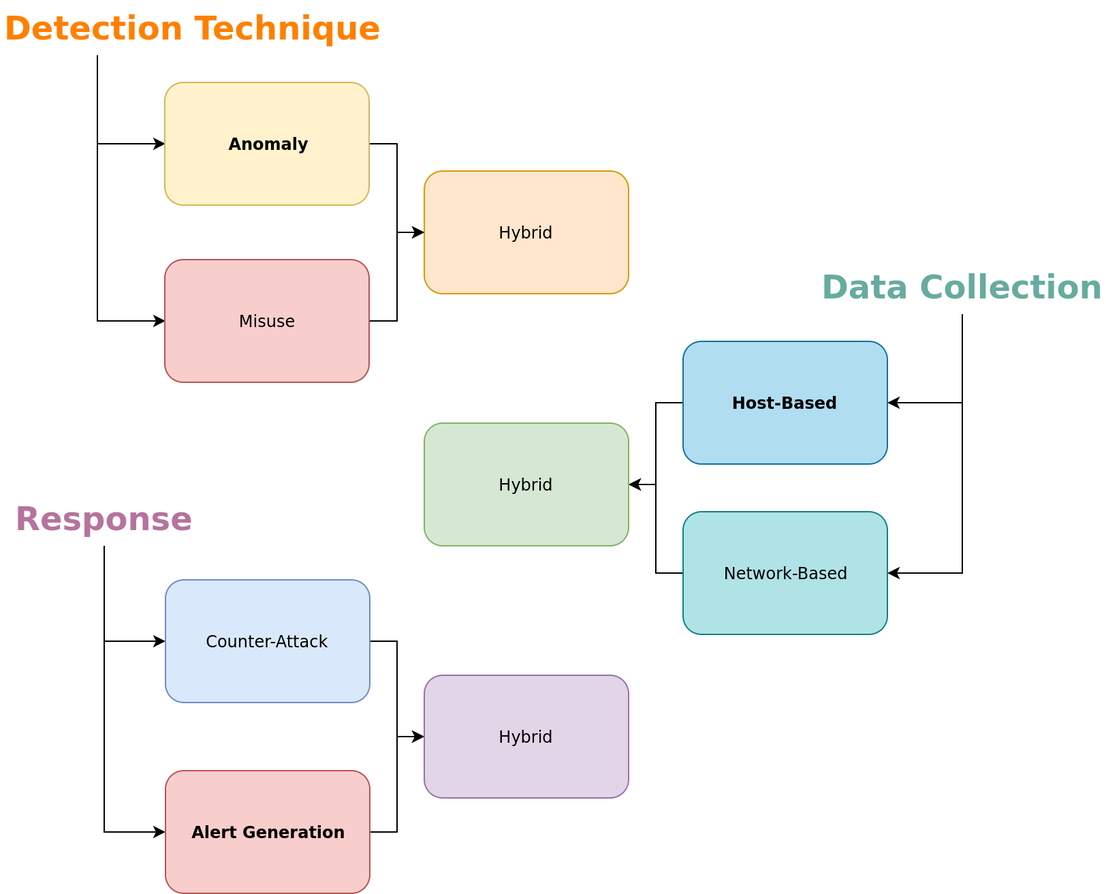
Before: figures/ids-overview.png, a diagram exported from draw.io (willfindlay/honors-thesis). Source tidied: cells renumbered, new cells last; positions are measured from the earlier drawing's top-left corner, leaving out a move shared by most shapes.
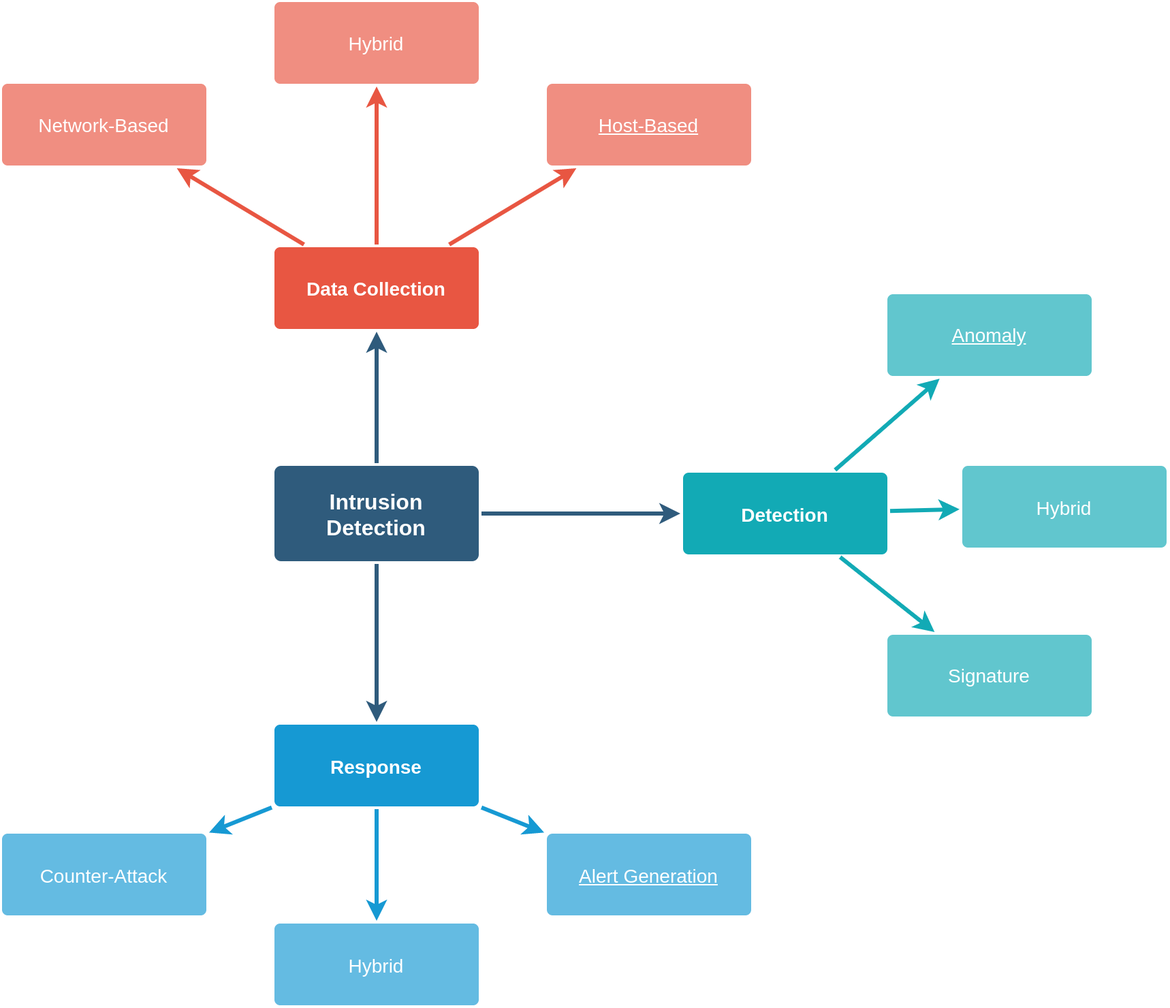
Above is the later version.

Change to the diagram source:
```diff
@@ -1,78 +1,81 @@
-<mxGraphModel>
+<mxGraphModel background="#ffffff">
   <root>
     <mxCell id="0" />
     <mxCell id="1" parent="0" />
-    <mxCell id="2" style="edgeStyle=orthogonalEdgeStyle;rounded=0;jettySize=auto;html=1;exitX=0.25;exitY=1;exitDx=0;exitDy=0;entryX=0;entryY=0.5;entryDx=0;entryDy=0;" parent="1" edge="1" source="4" target="14">
-      <mxGeometry relative="1" as="geometry" />
-    </mxCell>
-    <mxCell id="3" style="edgeStyle=orthogonalEdgeStyle;rounded=0;jettySize=auto;html=1;exitX=0.25;exitY=1;exitDx=0;exitDy=0;entryX=0;entryY=0.5;entryDx=0;entryDy=0;" parent="1" edge="1" source="4" target="23">
-      <mxGeometry relative="1" as="geometry" />
-    </mxCell>
-    <mxCell id="4" value="Detection Technique" style="text;strokeColor=none;fillColor=none;html=1;fontSize=24;fontStyle=1;verticalAlign=middle;align=center;fontColor=#FF8000;" parent="1" vertex="1">
-      <mxGeometry x="-0.5" width="280" height="40" as="geometry" />
-    </mxCell>
+    <mxCell id="26" style="edgeStyle=none;rounded=0;jumpStyle=none;html=1;shadow=0;labelBackgroundColor=none;startArrow=none;startFill=0;endArrow=classic;endFill=1;jettySize=auto;strokeColor=#2F5B7C;strokeWidth=3;fontFamily=Helvetica;fontSize=16;fontColor=#23445D;spacing=5;" parent="1" edge="1" source="29" target="34">
+      <mxGeometry relative="1" as="geometry" />
+    </mxCell>
+    <mxCell id="27" style="edgeStyle=none;rounded=0;jumpStyle=none;html=1;shadow=0;labelBackgroundColor=none;startArrow=none;startFill=0;endArrow=classic;endFill=1;jettySize=auto;strokeColor=#2F5B7C;strokeWidth=3;fontFamily=Helvetica;fontSize=16;fontColor=#23445D;spacing=5;" parent="1" edge="1" source="29" target="17">
+      <mxGeometry relative="1" as="geometry" />
+    </mxCell>
+    <mxCell id="28" style="edgeStyle=none;rounded=0;jumpStyle=none;html=1;shadow=0;labelBackgroundColor=none;startArrow=none;startFill=0;endArrow=classic;endFill=1;jettySize=auto;strokeColor=#2F5B7C;strokeWidth=3;fontFamily=Helvetica;fontSize=16;fontColor=#23445D;spacing=5;" parent="1" edge="1" source="29" target="7">
+      <mxGeometry relative="1" as="geometry" />
+    </mxCell>
+    <mxCell id="29" value="Intrusion&lt;br&gt;Detection" style="rounded=1;whiteSpace=wrap;html=1;shadow=0;labelBackgroundColor=none;strokeColor=none;strokeWidth=3;fillColor=#2F5B7C;fontFamily=Helvetica;fontSize=16;fontColor=#FFFFFF;align=center;fontStyle=1;spacing=5;arcSize=7;perimeterSpacing=2;" parent="1" vertex="1">
+      <mxGeometry x="475" y="360.5" width="150" height="70" as="geometry" />
+    </mxCell>
-    <mxCell id="5" style="edgeStyle=orthogonalEdgeStyle;rounded=0;jettySize=auto;html=1;exitX=0.5;exitY=1;exitDx=0;exitDy=0;entryX=1;entryY=0.5;entryDx=0;entryDy=0;" parent="1" edge="1" source="7" target="11">
+    <mxCell id="5" style="edgeStyle=none;rounded=1;jumpStyle=none;html=1;shadow=0;labelBackgroundColor=none;startArrow=none;startFill=0;jettySize=auto;strokeColor=#E85642;strokeWidth=3;fontFamily=Helvetica;fontSize=14;fontColor=#FFFFFF;spacing=5;fontStyle=1;fillColor=#b0e3e6;" parent="1" edge="1" source="7" target="11">
       <mxGeometry relative="1" as="geometry" />
     </mxCell>
+    <mxCell id="30" style="edgeStyle=none;rounded=1;jumpStyle=none;html=1;shadow=0;labelBackgroundColor=none;startArrow=none;startFill=0;jettySize=auto;strokeColor=#E85642;strokeWidth=3;fontFamily=Helvetica;fontSize=14;fontColor=#FFFFFF;spacing=5;fontStyle=1;fillColor=#b0e3e6;" parent="1" edge="1" source="7" target="31">
+      <mxGeometry relative="1" as="geometry" />
+    </mxCell>
-    <mxCell id="6" style="edgeStyle=orthogonalEdgeStyle;rounded=0;jettySize=auto;html=1;exitX=0.5;exitY=1;exitDx=0;exitDy=0;entryX=1;entryY=0.5;entryDx=0;entryDy=0;" parent="1" edge="1" source="7" target="9">
+    <mxCell id="6" style="edgeStyle=none;rounded=1;jumpStyle=none;html=1;shadow=0;labelBackgroundColor=none;startArrow=none;startFill=0;jettySize=auto;strokeColor=#E85642;strokeWidth=3;fontFamily=Helvetica;fontSize=14;fontColor=#FFFFFF;spacing=5;fontStyle=1;fillColor=#b0e3e6;" parent="1" edge="1" source="7" target="9">
       <mxGeometry relative="1" as="geometry" />
     </mxCell>
-    <mxCell id="7" value="&lt;font color=&quot;#67ab9f&quot;&gt;Data Collection&lt;/font&gt;" style="text;strokeColor=none;fillColor=none;html=1;fontSize=24;fontStyle=1;verticalAlign=middle;align=center;fontColor=#9933FF;" parent="1" vertex="1">
-      <mxGeometry x="600" y="190" width="210" height="40" as="geometry" />
+    <mxCell id="7" value="Data Collection" style="rounded=1;whiteSpace=wrap;html=1;shadow=0;labelBackgroundColor=none;strokeColor=none;strokeWidth=3;fillColor=#e85642;fontFamily=Helvetica;fontSize=14;fontColor=#FFFFFF;align=center;spacing=5;fontStyle=1;arcSize=7;perimeterSpacing=2;" parent="1" vertex="1">
+      <mxGeometry x="475" y="200" width="150" height="60" as="geometry" />
     </mxCell>
-    <mxCell id="8" style="edgeStyle=orthogonalEdgeStyle;rounded=0;jettySize=auto;html=1;exitX=0;exitY=0.5;exitDx=0;exitDy=0;entryX=1;entryY=0.5;entryDx=0;entryDy=0;" parent="1" edge="1" source="9" target="25">
-      <mxGeometry relative="1" as="geometry" />
-    </mxCell>
-    <mxCell id="9" value="Network-Based" style="rounded=1;whiteSpace=wrap;html=1;align=center;fillColor=#b0e3e6;strokeColor=#0e8088;" parent="1" vertex="1">
-      <mxGeometry x="500" y="375" width="150" height="90" as="geometry" />
+    <mxCell id="9" value="Network-Based" style="rounded=1;whiteSpace=wrap;html=1;shadow=0;labelBackgroundColor=none;strokeColor=none;strokeWidth=3;fillColor=#f08e81;fontFamily=Helvetica;fontSize=14;fontColor=#FFFFFF;align=center;spacing=5;fontStyle=0;arcSize=7;perimeterSpacing=2;" parent="1" vertex="1">
+      <mxGeometry x="275" y="80" width="150" height="60" as="geometry" />
     </mxCell>
-    <mxCell id="10" style="edgeStyle=orthogonalEdgeStyle;rounded=0;jettySize=auto;html=1;exitX=0;exitY=0.5;exitDx=0;exitDy=0;entryX=1;entryY=0.5;entryDx=0;entryDy=0;" parent="1" edge="1" source="11" target="25">
-      <mxGeometry relative="1" as="geometry" />
-    </mxCell>
+    <mxCell id="31" value="Hybrid" style="rounded=1;whiteSpace=wrap;html=1;shadow=0;labelBackgroundColor=none;strokeColor=none;strokeWidth=3;fillColor=#f08e81;fontFamily=Helvetica;fontSize=14;fontColor=#FFFFFF;align=center;spacing=5;fontStyle=0;arcSize=7;perimeterSpacing=2;" parent="1" vertex="1">
+      <mxGeometry x="475" y="20" width="150" height="60" as="geometry" />
+    </mxCell>
-    <mxCell id="11" value="Host-Based" style="rounded=1;whiteSpace=wrap;html=1;align=center;fillColor=#b1ddf0;strokeColor=#10739e;fontStyle=1;" parent="1" vertex="1">
-      <mxGeometry x="500" y="250" width="150" height="90" as="geometry" />
+    <mxCell id="11" value="Host-Based" style="rounded=1;whiteSpace=wrap;html=1;shadow=0;labelBackgroundColor=none;strokeColor=none;strokeWidth=3;fillColor=#f08e81;fontFamily=Helvetica;fontSize=14;fontColor=#FFFFFF;align=center;spacing=5;fontStyle=4;arcSize=7;perimeterSpacing=2;" parent="1" vertex="1">
+      <mxGeometry x="675" y="80" width="150" height="60" as="geometry" />
     </mxCell>
-    <mxCell id="12" value="Hybrid" style="rounded=1;whiteSpace=wrap;html=1;align=center;fillColor=#ffe6cc;strokeColor=#d79b00;" parent="1" vertex="1">
-      <mxGeometry x="310" y="125" width="150" height="90" as="geometry" />
-    </mxCell>
-    <mxCell id="13" style="edgeStyle=orthogonalEdgeStyle;rounded=0;jettySize=auto;html=1;exitX=1;exitY=0.5;exitDx=0;exitDy=0;entryX=0;entryY=0.5;entryDx=0;entryDy=0;" parent="1" edge="1" source="14" target="12">
-      <mxGeometry relative="1" as="geometry" />
-    </mxCell>
-    <mxCell id="14" value="Anomaly" style="rounded=1;whiteSpace=wrap;html=1;align=center;fillColor=#fff2cc;strokeColor=#d6b656;fontStyle=1;" parent="1" vertex="1">
-      <mxGeometry x="119.5" y="60" width="150" height="90" as="geometry" />
-    </mxCell>
-    <mxCell id="15" style="edgeStyle=orthogonalEdgeStyle;rounded=0;jettySize=auto;html=1;exitX=0.5;exitY=1;exitDx=0;exitDy=0;entryX=0;entryY=0.5;entryDx=0;entryDy=0;" parent="1" edge="1" source="17" target="21">
+    <mxCell id="15" style="edgeStyle=none;rounded=0;jumpStyle=none;html=1;shadow=0;labelBackgroundColor=none;startArrow=none;startFill=0;endArrow=classic;endFill=1;jettySize=auto;strokeColor=#1699D3;strokeWidth=3;fontFamily=Helvetica;fontSize=14;fontColor=#FFFFFF;spacing=5;" parent="1" edge="1" source="17" target="21">
       <mxGeometry relative="1" as="geometry" />
     </mxCell>
+    <mxCell id="32" style="edgeStyle=none;rounded=0;jumpStyle=none;html=1;shadow=0;labelBackgroundColor=none;startArrow=none;startFill=0;endArrow=classic;endFill=1;jettySize=auto;strokeColor=#1699D3;strokeWidth=3;fontFamily=Helvetica;fontSize=14;fontColor=#FFFFFF;spacing=5;" parent="1" edge="1" source="17" target="33">
+      <mxGeometry relative="1" as="geometry" />
+    </mxCell>
-    <mxCell id="16" style="edgeStyle=orthogonalEdgeStyle;rounded=0;jettySize=auto;html=1;exitX=0.5;exitY=1;exitDx=0;exitDy=0;entryX=0;entryY=0.5;entryDx=0;entryDy=0;" parent="1" edge="1" source="17" target="19">
+    <mxCell id="16" style="edgeStyle=none;rounded=0;jumpStyle=none;html=1;shadow=0;labelBackgroundColor=none;startArrow=none;startFill=0;endArrow=classic;endFill=1;jettySize=auto;strokeColor=#1699D3;strokeWidth=3;fontFamily=Helvetica;fontSize=14;fontColor=#FFFFFF;spacing=5;" parent="1" edge="1" source="17" target="19">
       <mxGeometry relative="1" as="geometry" />
     </mxCell>
-    <mxCell id="17" value="&lt;font color=&quot;#b5739d&quot;&gt;Response&lt;/font&gt;" style="text;strokeColor=none;fillColor=none;html=1;fontSize=24;fontStyle=1;verticalAlign=middle;align=center;fontColor=#00CCCC;" parent="1" vertex="1">
-      <mxGeometry x="-0.5" y="360" width="150" height="40" as="geometry" />
+    <mxCell id="17" value="Response" style="rounded=1;whiteSpace=wrap;html=1;shadow=0;labelBackgroundColor=none;strokeColor=none;strokeWidth=3;fillColor=#1699d3;fontFamily=Helvetica;fontSize=14;fontColor=#FFFFFF;align=center;spacing=5;fontStyle=1;arcSize=7;perimeterSpacing=2;" parent="1" vertex="1">
+      <mxGeometry x="475" y="550.5" width="150" height="60" as="geometry" />
     </mxCell>
-    <mxCell id="18" style="edgeStyle=orthogonalEdgeStyle;rounded=0;jettySize=auto;html=1;exitX=1;exitY=0.5;exitDx=0;exitDy=0;" parent="1" edge="1" source="19" target="24">
-      <mxGeometry relative="1" as="geometry" />
-    </mxCell>
-    <mxCell id="19" value="Alert Generation" style="rounded=1;whiteSpace=wrap;html=1;align=center;fillColor=#f8cecc;strokeColor=#b85450;fontStyle=1;" parent="1" vertex="1">
-      <mxGeometry x="120" y="565" width="150" height="90" as="geometry" />
+    <mxCell id="19" value="&lt;u&gt;Alert Generation&lt;/u&gt;" style="rounded=1;whiteSpace=wrap;html=1;shadow=0;labelBackgroundColor=none;strokeColor=none;strokeWidth=3;fillColor=#64bbe2;fontFamily=Helvetica;fontSize=14;fontColor=#FFFFFF;align=center;spacing=5;arcSize=7;perimeterSpacing=2;" parent="1" vertex="1">
+      <mxGeometry x="675" y="630.5" width="150" height="60" as="geometry" />
     </mxCell>
-    <mxCell id="20" style="edgeStyle=orthogonalEdgeStyle;rounded=0;jettySize=auto;html=1;exitX=1;exitY=0.5;exitDx=0;exitDy=0;entryX=0;entryY=0.5;entryDx=0;entryDy=0;" parent="1" edge="1" source="21" target="24">
-      <mxGeometry relative="1" as="geometry" />
-    </mxCell>
+    <mxCell id="33" value="Hybrid" style="rounded=1;whiteSpace=wrap;html=1;shadow=0;labelBackgroundColor=none;strokeColor=none;strokeWidth=3;fillColor=#64bbe2;fontFamily=Helvetica;fontSize=14;fontColor=#FFFFFF;align=center;spacing=5;arcSize=7;perimeterSpacing=2;" parent="1" vertex="1">
+      <mxGeometry x="475" y="696.5" width="150" height="60" as="geometry" />
+    </mxCell>
-    <mxCell id="21" value="Counter-Attack" style="rounded=1;whiteSpace=wrap;html=1;align=center;fillColor=#dae8fc;strokeColor=#6c8ebf;" parent="1" vertex="1">
-      <mxGeometry x="120" y="425" width="150" height="90" as="geometry" />
+    <mxCell id="21" value="Counter-Attack" style="rounded=1;whiteSpace=wrap;html=1;shadow=0;labelBackgroundColor=none;strokeColor=none;strokeWidth=3;fillColor=#64bbe2;fontFamily=Helvetica;fontSize=14;fontColor=#FFFFFF;align=center;spacing=5;arcSize=7;perimeterSpacing=2;" parent="1" vertex="1">
+      <mxGeometry x="275" y="630.5" width="150" height="60" as="geometry" />
     </mxCell>
-    <mxCell id="22" style="edgeStyle=orthogonalEdgeStyle;rounded=0;jettySize=auto;html=1;exitX=1;exitY=0.5;exitDx=0;exitDy=0;entryX=0;entryY=0.5;entryDx=0;entryDy=0;" parent="1" edge="1" source="23" target="12">
-      <mxGeometry relative="1" as="geometry" />
-    </mxCell>
-    <mxCell id="23" value="Misuse" style="rounded=1;whiteSpace=wrap;html=1;align=center;fillColor=#f8cecc;strokeColor=#b85450;" parent="1" vertex="1">
-      <mxGeometry x="119.5" y="190" width="150" height="90" as="geometry" />
-    </mxCell>
-    <mxCell id="24" value="Hybrid" style="rounded=1;whiteSpace=wrap;html=1;align=center;fillColor=#e1d5e7;strokeColor=#9673a6;" parent="1" vertex="1">
-      <mxGeometry x="310" y="495" width="150" height="90" as="geometry" />
-    </mxCell>
-    <mxCell id="25" value="Hybrid" style="rounded=1;whiteSpace=wrap;html=1;align=center;fillColor=#d5e8d4;strokeColor=#82b366;" parent="1" vertex="1">
-      <mxGeometry x="310" y="310" width="150" height="90" as="geometry" />
-    </mxCell>
+    <mxCell id="34" value="Detection" style="rounded=1;whiteSpace=wrap;html=1;shadow=0;labelBackgroundColor=none;strokeColor=none;strokeWidth=3;fillColor=#12aab5;fontFamily=Helvetica;fontSize=14;fontColor=#FFFFFF;align=center;spacing=5;fontStyle=1;arcSize=7;perimeterSpacing=2;" parent="1" vertex="1">
+      <mxGeometry x="775" y="365.5" width="150" height="60" as="geometry" />
+    </mxCell>
+    <mxCell id="35" value="Signature" style="rounded=1;whiteSpace=wrap;html=1;shadow=0;labelBackgroundColor=none;strokeColor=none;strokeWidth=3;fillColor=#61c6ce;fontFamily=Helvetica;fontSize=14;fontColor=#FFFFFF;align=center;spacing=5;fontStyle=0;arcSize=7;perimeterSpacing=2;" parent="1" vertex="1">
+      <mxGeometry x="925" y="484.5" width="150" height="60" as="geometry" />
+    </mxCell>
+    <mxCell id="36" style="edgeStyle=none;rounded=1;jumpStyle=none;html=1;shadow=0;labelBackgroundColor=none;startArrow=none;startFill=0;jettySize=auto;strokeColor=#12AAB5;strokeWidth=3;fontFamily=Helvetica;fontSize=14;fontColor=#FFFFFF;spacing=5;fontStyle=1;fillColor=#b0e3e6;" parent="1" edge="1" source="34" target="35">
+      <mxGeometry relative="1" as="geometry" />
+    </mxCell>
+    <mxCell id="37" value="Hybrid" style="rounded=1;whiteSpace=wrap;html=1;shadow=0;labelBackgroundColor=none;strokeColor=none;strokeWidth=3;fillColor=#61c6ce;fontFamily=Helvetica;fontSize=14;fontColor=#FFFFFF;align=center;spacing=5;fontStyle=0;arcSize=7;perimeterSpacing=2;" parent="1" vertex="1">
+      <mxGeometry x="980" y="360.5" width="150" height="60" as="geometry" />
+    </mxCell>
+    <mxCell id="38" style="edgeStyle=none;rounded=1;jumpStyle=none;html=1;shadow=0;labelBackgroundColor=none;startArrow=none;startFill=0;jettySize=auto;strokeColor=#12AAB5;strokeWidth=3;fontFamily=Helvetica;fontSize=14;fontColor=#FFFFFF;spacing=5;fontStyle=1;fillColor=#b0e3e6;" parent="1" edge="1" source="34" target="37">
+      <mxGeometry relative="1" as="geometry" />
+    </mxCell>
+    <mxCell id="14" value="Anomaly" style="rounded=1;whiteSpace=wrap;html=1;shadow=0;labelBackgroundColor=none;strokeColor=none;strokeWidth=3;fillColor=#61c6ce;fontFamily=Helvetica;fontSize=14;fontColor=#FFFFFF;align=center;spacing=5;fontStyle=4;arcSize=7;perimeterSpacing=2;" parent="1" vertex="1">
+      <mxGeometry x="925" y="234.5" width="150" height="60" as="geometry" />
+    </mxCell>
+    <mxCell id="39" style="edgeStyle=none;rounded=1;jumpStyle=none;html=1;shadow=0;labelBackgroundColor=none;startArrow=none;startFill=0;jettySize=auto;strokeColor=#12AAB5;strokeWidth=3;fontFamily=Helvetica;fontSize=14;fontColor=#FFFFFF;spacing=5;fontStyle=1;fillColor=#b0e3e6;" parent="1" edge="1" source="34" target="14">
+      <mxGeometry relative="1" as="geometry" />
+    </mxCell>
   </root>
 </mxGraphModel>
```
